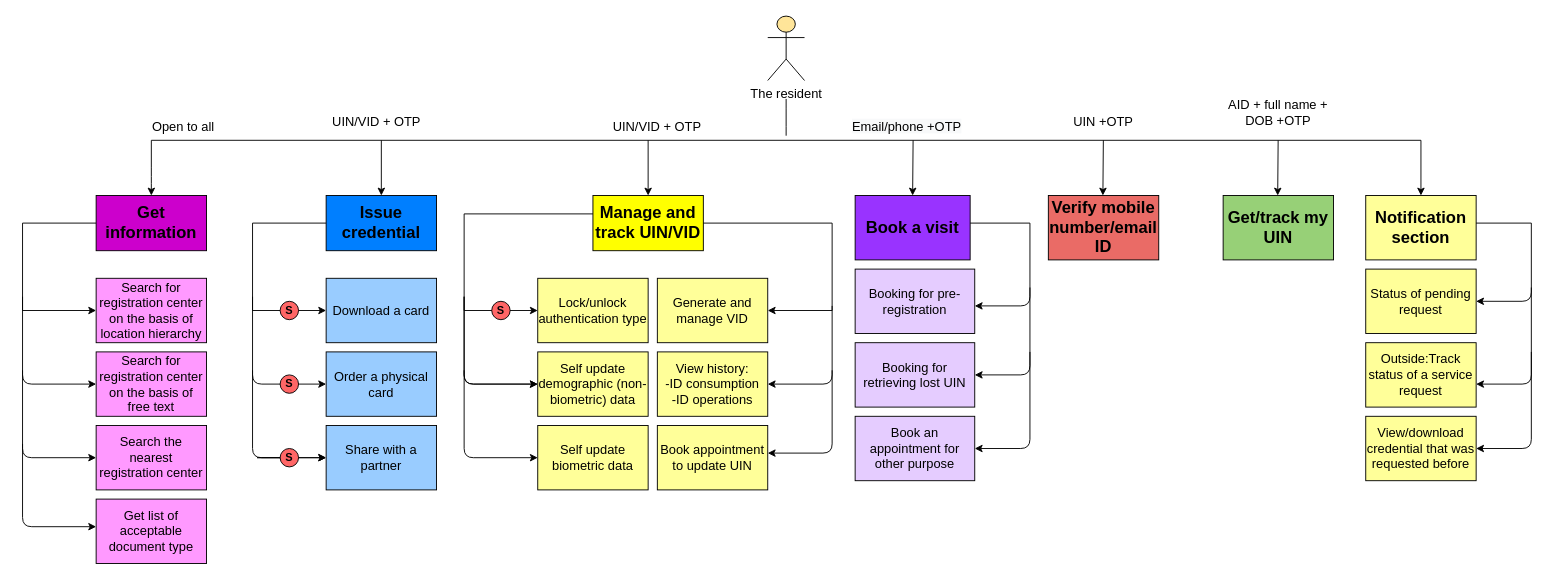
Earlier version of the draw.io diagram resident-services-flow-chart/browser-feature-list.drawio (singhpragya279/Resident_services). Source tidied: cells renumbered, new cells numbered last; positions are measured from the earlier drawing's top-left corner, leaving out a move shared by most shapes. Both pictures are drawn from the tidied source at 92%, with x=0, y=0 at pixel (22, 16).
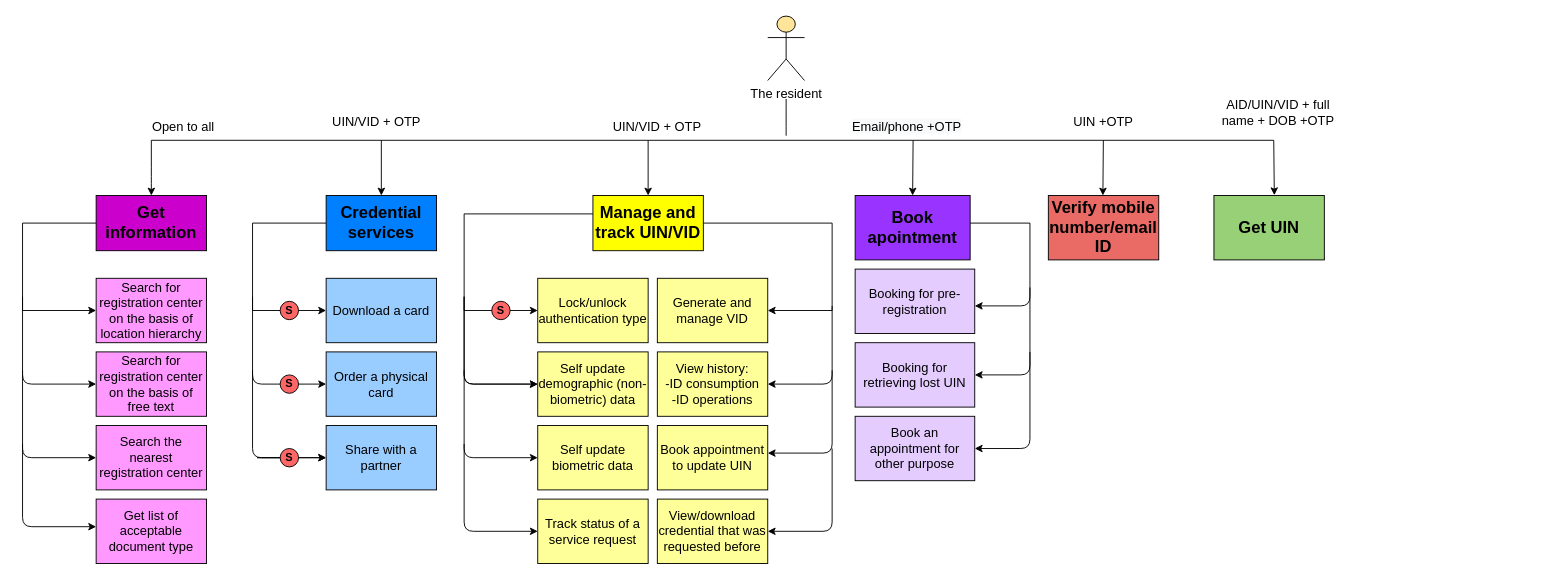
The same page after the edit.

What changed in the source:
```diff
@@
     <mxCell id="4" style="endArrow=none;html=1;" parent="1" edge="1">
       <mxGeometry relative="1" as="geometry">
         <mxPoint x="140" y="135" as="sourcePoint" />
-        <mxPoint x="1520" y="135" as="targetPoint" />
+        <mxPoint x="1360" y="135" as="targetPoint" />
       </mxGeometry>
     </mxCell>
@@
-    <mxCell id="13" value="&lt;span&gt;&lt;font style=&quot;font-size: 18px&quot;&gt;&lt;b&gt;Issue credential&lt;/b&gt;&lt;/font&gt;&lt;/span&gt;" style="rounded=0;whiteSpace=wrap;html=1;fillColor=#007FFF;" parent="1" vertex="1">
+    <mxCell id="13" value="&lt;span&gt;&lt;font style=&quot;font-size: 18px&quot;&gt;&lt;b&gt;Credential services&lt;/b&gt;&lt;/font&gt;&lt;/span&gt;" style="rounded=0;whiteSpace=wrap;html=1;fillColor=#007FFF;" parent="1" vertex="1">
       <mxGeometry x="330" y="195" width="120" height="60" as="geometry" />
     </mxCell>
@@
-    <mxCell id="40" value="&lt;span&gt;&lt;font style=&quot;font-size: 18px&quot;&gt;&lt;b&gt;Book a visit&lt;/b&gt;&lt;/font&gt;&lt;/span&gt;" style="rounded=0;whiteSpace=wrap;html=1;fillColor=#9933FF;" parent="1" vertex="1">
+    <mxCell id="40" value="&lt;span&gt;&lt;font style=&quot;font-size: 18px&quot;&gt;&lt;b&gt;Book apointment&lt;/b&gt;&lt;/font&gt;&lt;/span&gt;" style="rounded=0;whiteSpace=wrap;html=1;fillColor=#9933FF;" parent="1" vertex="1">
       <mxGeometry x="905" y="195" width="125" height="70" as="geometry" />
     </mxCell>
@@
-    <mxCell id="50" value="&lt;span style=&quot;font-size: 18px&quot;&gt;&lt;b&gt;Get/track my UIN&lt;/b&gt;&lt;/span&gt;" style="rounded=0;whiteSpace=wrap;html=1;fillColor=#97D077;" parent="1" vertex="1">
-      <mxGeometry x="1305" y="195" width="120" height="70" as="geometry" />
+    <mxCell id="50" value="&lt;span style=&quot;font-size: 18px&quot;&gt;&lt;b&gt;Get UIN&lt;/b&gt;&lt;/span&gt;" style="rounded=0;whiteSpace=wrap;html=1;fillColor=#97D077;" parent="1" vertex="1">
+      <mxGeometry x="1295" y="195" width="120" height="70" as="geometry" />
     </mxCell>
-    <mxCell id="51" style="endArrow=classic;html=1;entryX=0.5;entryY=0;entryDx=0;entryDy=0;" parent="1" edge="1">
+    <mxCell id="51" style="endArrow=classic;html=1;entryX=0.547;entryY=-0.005;entryDx=0;entryDy=0;entryPerimeter=0;" parent="1" edge="1" target="50">
       <mxGeometry relative="1" as="geometry">
-        <mxPoint x="1364.8" y="135" as="sourcePoint" />
-        <mxPoint x="1364.3" y="195" as="targetPoint" />
+        <mxPoint x="1360" y="135" as="sourcePoint" />
       </mxGeometry>
     </mxCell>
@@
-    <mxCell id="54" value="&lt;b&gt;&lt;font style=&quot;font-size: 18px&quot;&gt;Notification section&lt;/font&gt;&lt;/b&gt;" style="rounded=0;whiteSpace=wrap;html=1;fillColor=#FFFF99;" parent="1" vertex="1">
-      <mxGeometry x="1460" y="195" width="120" height="70" as="geometry" />
-    </mxCell>
-    <mxCell id="55" style="endArrow=classic;html=1;entryX=0.5;entryY=0;entryDx=0;entryDy=0;" parent="1" edge="1" target="54">
-      <mxGeometry relative="1" as="geometry">
-        <mxPoint x="1520" y="135" as="sourcePoint" />
-      </mxGeometry>
-    </mxCell>
     <mxCell id="56" value="&lt;span style=&quot;font-size: 14px&quot;&gt;View/download credential that was requested before&lt;/span&gt;" style="rounded=0;whiteSpace=wrap;html=1;fillColor=#FFFF99;" parent="1" vertex="1">
-      <mxGeometry x="1460" y="435" width="120" height="70" as="geometry" />
+      <mxGeometry x="690" y="525" width="120" height="70" as="geometry" />
     </mxCell>
-    <mxCell id="57" value="&lt;span style=&quot;font-size: 14px&quot;&gt;Outside:Track status of a service request&lt;/span&gt;" style="rounded=0;whiteSpace=wrap;html=1;fillColor=#FFFF99;" parent="1" vertex="1">
-      <mxGeometry x="1460" y="355" width="120" height="70" as="geometry" />
+    <mxCell id="57" value="&lt;font style=&quot;font-size: 14px&quot;&gt;Track status of a service request&lt;/font&gt;" style="rounded=0;whiteSpace=wrap;html=1;fillColor=#FFFF99;" parent="1" vertex="1">
+      <mxGeometry x="560" y="525" width="120" height="70" as="geometry" />
     </mxCell>
-    <mxCell id="58" value="&lt;span style=&quot;font-size: 14px&quot;&gt;Status of pending request&lt;/span&gt;" style="rounded=0;whiteSpace=wrap;html=1;fillColor=#FFFF99;" parent="1" vertex="1">
-      <mxGeometry x="1460" y="275" width="120" height="70" as="geometry" />
-    </mxCell>
-    <mxCell id="59" style="endArrow=classic;html=1;" parent="1" edge="1">
-      <mxGeometry relative="1" as="geometry">
-        <mxPoint x="1640" y="225" as="sourcePoint" />
-        <mxPoint x="1580" y="310" as="targetPoint" />
-        <Array as="points">
-          <mxPoint x="1640" y="310" />
-        </Array>
-      </mxGeometry>
-    </mxCell>
-    <mxCell id="60" style="endArrow=classic;html=1;" parent="1" edge="1">
-      <mxGeometry relative="1" as="geometry">
-        <mxPoint x="1640" y="365" as="sourcePoint" />
-        <mxPoint x="1580" y="470" as="targetPoint" />
-        <Array as="points">
-          <mxPoint x="1640" y="470" />
-        </Array>
-      </mxGeometry>
-    </mxCell>
-    <mxCell id="61" style="endArrow=none;html=1;" parent="1" edge="1">
-      <mxGeometry relative="1" as="geometry">
-        <mxPoint x="1580" y="225" as="sourcePoint" />
-        <mxPoint x="1640" y="225" as="targetPoint" />
-      </mxGeometry>
-    </mxCell>
-    <mxCell id="62" style="endArrow=classic;html=1;" parent="1" edge="1">
-      <mxGeometry relative="1" as="geometry">
-        <mxPoint x="1640" y="295" as="sourcePoint" />
-        <mxPoint x="1580" y="400" as="targetPoint" />
-        <Array as="points">
-          <mxPoint x="1640" y="400" />
-        </Array>
-      </mxGeometry>
-    </mxCell>
@@
-    <mxCell id="64" value="&lt;font style=&quot;font-size: 14px&quot;&gt;AID + full name + DOB +OTP&lt;/font&gt;" style="text;html=1;strokeColor=none;fillColor=none;align=center;verticalAlign=middle;whiteSpace=wrap;rounded=0;" parent="1" vertex="1">
+    <mxCell id="64" value="&lt;font style=&quot;font-size: 14px&quot;&gt;AID/UIN/VID + full name + DOB +OTP&lt;/font&gt;" style="text;html=1;strokeColor=none;fillColor=none;align=center;verticalAlign=middle;whiteSpace=wrap;rounded=0;" parent="1" vertex="1">
       <mxGeometry x="1295" y="95" width="140" height="20" as="geometry" />
     </mxCell>
@@
+    <mxCell id="71" style="endArrow=classic;html=1;entryX=0;entryY=0.5;entryDx=0;entryDy=0;" parent="1" edge="1">
+      <mxGeometry relative="1" as="geometry">
+        <mxPoint x="480" y="465" as="sourcePoint" />
+        <mxPoint x="560" y="560" as="targetPoint" />
+        <Array as="points">
+          <mxPoint x="480" y="560" />
+        </Array>
+      </mxGeometry>
+    </mxCell>
+    <mxCell id="72" style="endArrow=classic;html=1;entryX=1;entryY=0.5;entryDx=0;entryDy=0;" parent="1" edge="1" target="56">
+      <mxGeometry relative="1" as="geometry">
+        <mxPoint x="880" y="470" as="sourcePoint" />
+        <Array as="points">
+          <mxPoint x="880" y="560" />
+        </Array>
+      </mxGeometry>
+    </mxCell>
```
